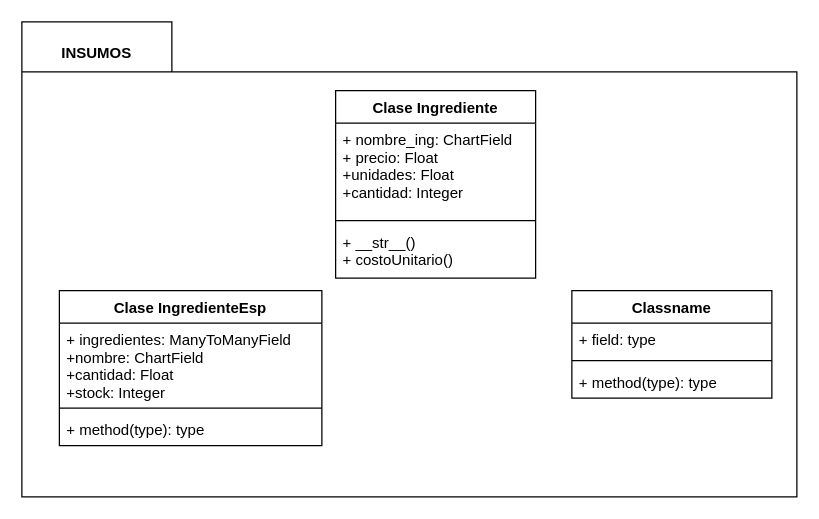
abdielpava/business_co keeps this draw.io diagram as Untitled Diagram.drawio. Above is the earlier version. Source tidied: cells renumbered, new cells numbered last; positions are measured from the earlier drawing's top-left corner, leaving out a move shared by most shapes. Both pictures are drawn from the tidied source at 125%, with x=0, y=0 at pixel (21, 21).
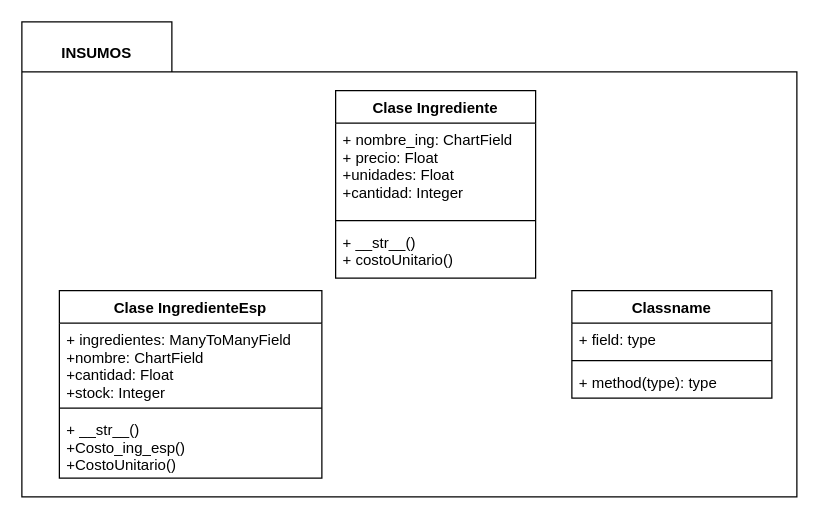
Above is the later version.

Commit message (it also covers changes not shown here):
UML Insumos

Diff of the diagram source:
```diff
@@
 <mxGraphModel>
   <root>
     <mxCell id="0" />
     <mxCell id="1" parent="0" />
     <mxCell id="2" style="shape=folder;fontStyle=1;spacingTop=10;tabWidth=120;tabHeight=40;tabPosition=left;html=1;" parent="1" vertex="1">
       <mxGeometry width="620" height="380" as="geometry" />
     </mxCell>
     <mxCell id="3" value="INSUMOS" style="text;html=1;strokeColor=none;fillColor=none;align=center;verticalAlign=middle;whiteSpace=wrap;rounded=0;fontStyle=1;" parent="1" vertex="1">
       <mxGeometry x="40" y="15" width="40" height="20" as="geometry" />
     </mxCell>
     <mxCell id="4" value="Clase Ingrediente" style="swimlane;fontStyle=1;align=center;verticalAlign=top;horizontal=1;startSize=26;" parent="1" vertex="1">
       <mxGeometry x="251" y="55" width="160" height="150" as="geometry" />
     </mxCell>
     <mxCell id="5" value="+ nombre_ing: ChartField&#10;+ precio: Float&#10;+unidades: Float&#10;+cantidad: Integer&#10;" style="text;strokeColor=none;fillColor=none;align=left;verticalAlign=top;spacingLeft=4;spacingRight=4;overflow=hidden;" parent="4" vertex="1">
       <mxGeometry y="26" width="160" height="74" as="geometry" />
     </mxCell>
     <mxCell id="6" style="line;strokeWidth=1;fillColor=none;align=left;verticalAlign=middle;spacingTop=-1;spacingLeft=3;spacingRight=3;labelPosition=right;" parent="4" vertex="1">
       <mxGeometry y="100" width="160" height="8" as="geometry" />
     </mxCell>
     <mxCell id="7" value="+ __str__()&#10;+ costoUnitario()" style="text;strokeColor=none;fillColor=none;align=left;verticalAlign=top;spacingLeft=4;spacingRight=4;overflow=hidden;" parent="4" vertex="1">
       <mxGeometry y="108" width="160" height="42" as="geometry" />
     </mxCell>
     <mxCell id="8" value="Clase IngredienteEsp" style="swimlane;fontStyle=1;align=center;verticalAlign=top;horizontal=1;startSize=26;" parent="1" vertex="1">
-      <mxGeometry x="30" y="215" width="210" height="124" as="geometry" />
+      <mxGeometry x="30" y="215" width="210" height="150" as="geometry" />
     </mxCell>
     <mxCell id="9" value="+ ingredientes: ManyToManyField&#10;+nombre: ChartField&#10;+cantidad: Float&#10;+stock: Integer" style="text;strokeColor=none;fillColor=none;align=left;verticalAlign=top;spacingLeft=4;spacingRight=4;overflow=hidden;" parent="8" vertex="1">
       <mxGeometry y="26" width="210" height="64" as="geometry" />
     </mxCell>
     <mxCell id="10" style="line;strokeWidth=1;fillColor=none;align=left;verticalAlign=middle;spacingTop=-1;spacingLeft=3;spacingRight=3;labelPosition=right;" parent="8" vertex="1">
       <mxGeometry y="90" width="210" height="8" as="geometry" />
     </mxCell>
-    <mxCell id="11" value="+ method(type): type" style="text;strokeColor=none;fillColor=none;align=left;verticalAlign=top;spacingLeft=4;spacingRight=4;overflow=hidden;" parent="8" vertex="1">
-      <mxGeometry y="98" width="210" height="26" as="geometry" />
+    <mxCell id="11" value="+ __str__()&#10;+Costo_ing_esp()&#10;+CostoUnitario()" style="text;strokeColor=none;fillColor=none;align=left;verticalAlign=top;spacingLeft=4;spacingRight=4;overflow=hidden;" parent="8" vertex="1">
+      <mxGeometry y="98" width="210" height="52" as="geometry" />
     </mxCell>
     <mxCell id="12" value="Classname" style="swimlane;fontStyle=1;align=center;verticalAlign=top;horizontal=1;startSize=26;" parent="1" vertex="1">
       <mxGeometry x="440" y="215" width="160" height="86" as="geometry" />
     </mxCell>
     <mxCell id="13" value="+ field: type" style="text;strokeColor=none;fillColor=none;align=left;verticalAlign=top;spacingLeft=4;spacingRight=4;overflow=hidden;" parent="12" vertex="1">
       <mxGeometry y="26" width="160" height="26" as="geometry" />
     </mxCell>
     <mxCell id="14" style="line;strokeWidth=1;fillColor=none;align=left;verticalAlign=middle;spacingTop=-1;spacingLeft=3;spacingRight=3;labelPosition=right;" parent="12" vertex="1">
       <mxGeometry y="52" width="160" height="8" as="geometry" />
     </mxCell>
     <mxCell id="15" value="+ method(type): type" style="text;strokeColor=none;fillColor=none;align=left;verticalAlign=top;spacingLeft=4;spacingRight=4;overflow=hidden;" parent="12" vertex="1">
       <mxGeometry y="60" width="160" height="26" as="geometry" />
     </mxCell>
   </root>
 </mxGraphModel>
```
